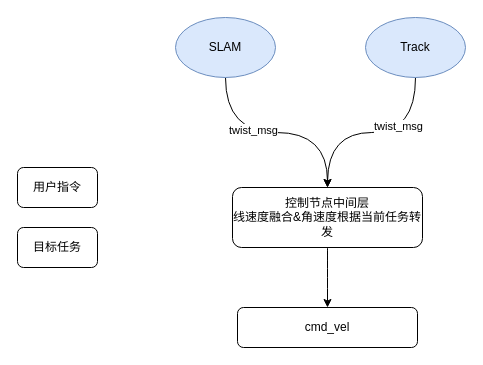
This is WorkSpace/跟随&导航状态机想法.drawio from mailonghua/drawio, a draw.io file, before an edit. Source tidied: cells renumbered, new cells numbered last; positions are measured from the earlier drawing's top-left corner, leaving out a move shared by most shapes. Both pictures are drawn from the tidied source at 100%, with x=0, y=0 at pixel (17, 17).
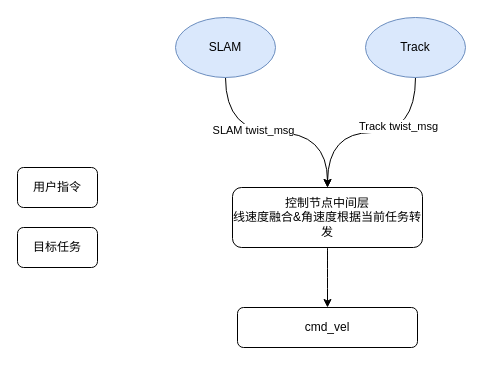
After the change.

Commit message (it also covers changes not shown here):
更新跟随&导航状态机想法.drawio

What changed in the source:
```diff
@@
 <mxGraphModel>
   <root>
     <mxCell id="0" />
     <mxCell id="1" parent="0" />
     <mxCell id="2" value="cmd_vel" style="rounded=1;whiteSpace=wrap;html=1;" parent="1" vertex="1">
       <mxGeometry x="220" y="290" width="180" height="40" as="geometry" />
     </mxCell>
     <mxCell id="3" style="edgeStyle=orthogonalEdgeStyle;curved=1;rounded=0;jettySize=auto;html=1;exitX=0.5;exitY=1;exitDx=0;exitDy=0;entryX=0.5;entryY=0;entryDx=0;entryDy=0;" parent="1" edge="1" source="4" target="2">
       <mxGeometry relative="1" as="geometry" />
     </mxCell>
     <mxCell id="4" value="控制节点中间层&lt;div&gt;线速度融合&amp;amp;角速度根据当前任务转发&lt;/div&gt;" style="rounded=1;whiteSpace=wrap;html=1;" parent="1" vertex="1">
       <mxGeometry x="215" y="170" width="190" height="60" as="geometry" />
     </mxCell>
     <mxCell id="5" style="edgeStyle=orthogonalEdgeStyle;curved=1;rounded=0;jettySize=auto;html=1;exitX=0.5;exitY=1;exitDx=0;exitDy=0;entryX=0.5;entryY=0;entryDx=0;entryDy=0;" parent="1" edge="1" source="7" target="4">
       <mxGeometry relative="1" as="geometry" />
     </mxCell>
-    <mxCell id="6" value="twist_msg" style="edgeLabel;html=1;align=center;verticalAlign=middle;" parent="5" vertex="1">
+    <mxCell id="6" value="SLAM twist_msg" style="edgeLabel;html=1;align=center;verticalAlign=middle;" parent="5" vertex="1">
       <mxGeometry x="-0.23" y="3" relative="1" as="geometry" />
     </mxCell>
     <mxCell id="7" value="SLAM" style="ellipse;whiteSpace=wrap;html=1;fillColor=#dae8fc;strokeColor=#6c8ebf;" parent="1" vertex="1">
       <mxGeometry x="158" width="100" height="60" as="geometry" />
     </mxCell>
     <mxCell id="8" style="edgeStyle=orthogonalEdgeStyle;curved=1;rounded=0;jettySize=auto;html=1;exitX=0.5;exitY=1;exitDx=0;exitDy=0;" parent="1" edge="1" source="10">
       <mxGeometry relative="1" as="geometry">
         <mxPoint x="310" y="170" as="targetPoint" />
       </mxGeometry>
     </mxCell>
-    <mxCell id="9" value="twist_msg" style="edgeLabel;html=1;align=center;verticalAlign=middle;" parent="8" vertex="1">
+    <mxCell id="9" value="Track twist_msg" style="edgeLabel;html=1;align=center;verticalAlign=middle;" parent="8" vertex="1">
       <mxGeometry x="-0.26" y="-7" relative="1" as="geometry" />
     </mxCell>
     <mxCell id="10" value="Track" style="ellipse;whiteSpace=wrap;html=1;fillColor=#dae8fc;strokeColor=#6c8ebf;" parent="1" vertex="1">
       <mxGeometry x="348" width="100" height="60" as="geometry" />
     </mxCell>
     <mxCell id="11" value="用户指令" style="rounded=1;whiteSpace=wrap;html=1;" parent="1" vertex="1">
       <mxGeometry y="150" width="80" height="40" as="geometry" />
     </mxCell>
     <mxCell id="12" value="目标任务" style="rounded=1;whiteSpace=wrap;html=1;" parent="1" vertex="1">
       <mxGeometry y="210" width="80" height="40" as="geometry" />
     </mxCell>
   </root>
 </mxGraphModel>
```
